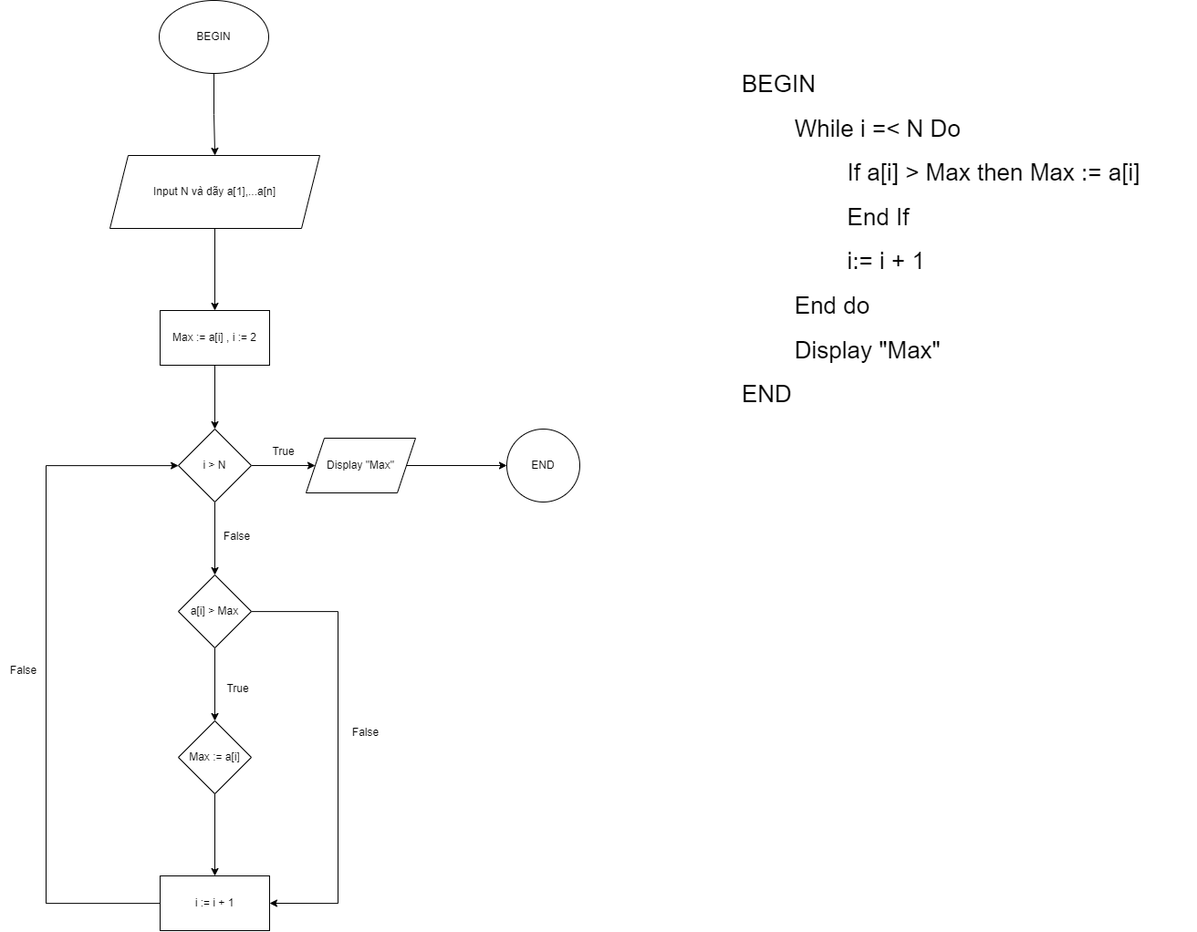
Above: ss3_ma_gia_luu_do/Bai Tap/tìm giá trị lớn nhất trong một dãy số.drawio.png in tinhdoo/C0325G1-HoVanTinh (draw.io), before the change. Source tidied: cells renumbered, new cells last; positions are measured from the earlier drawing's top-left corner, leaving out a move shared by most shapes.
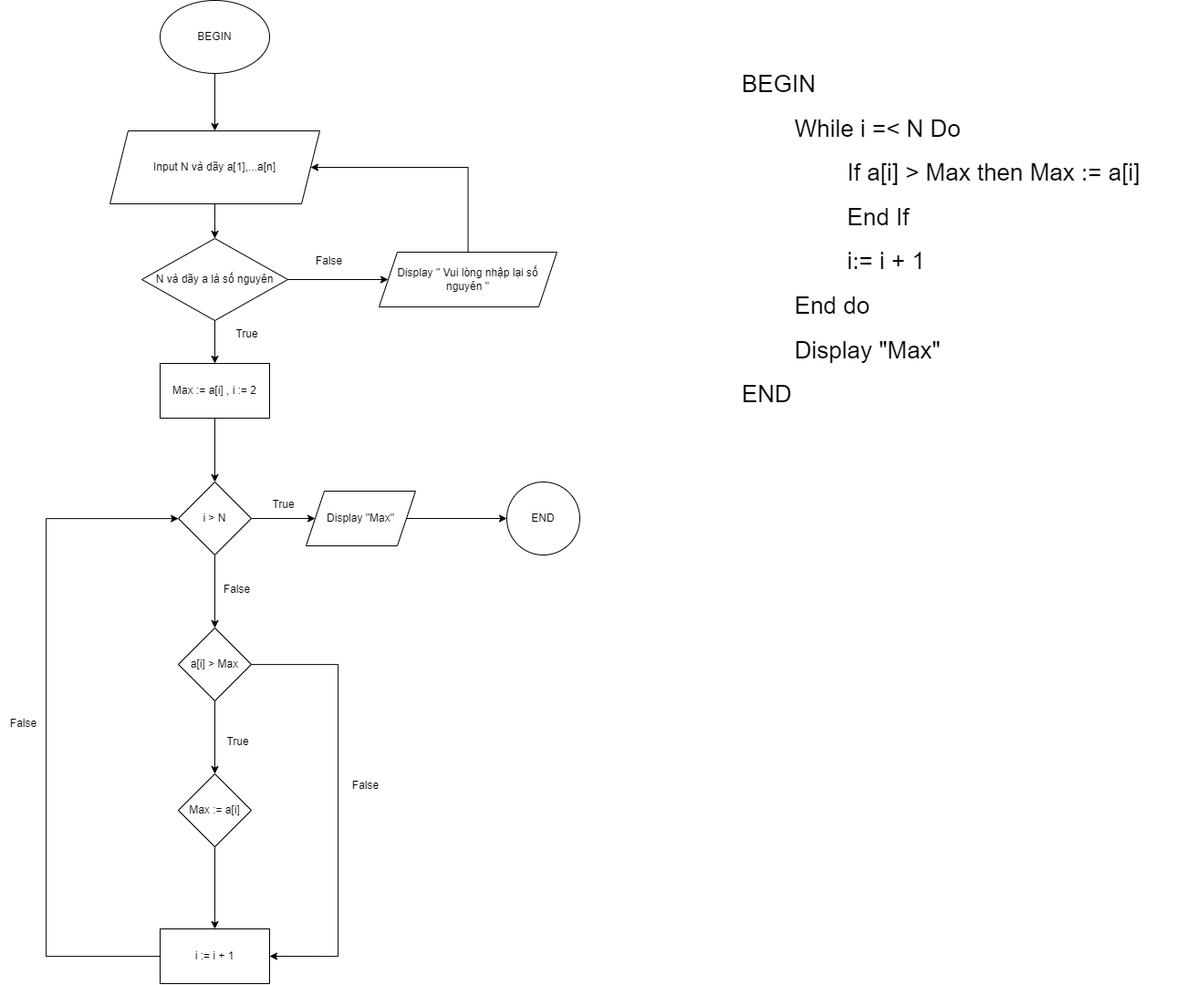
After the commit.

Change to the diagram source:
```diff
@@ -3,19 +3,19 @@
     <mxCell id="0" />
     <mxCell id="1" parent="0" />
     <mxCell id="2" value="&lt;h1 style=&quot;margin-top: 0px;&quot;&gt;&lt;span style=&quot;font-weight: normal;&quot;&gt;&lt;font&gt;BEGIN&lt;/font&gt;&lt;/span&gt;&lt;/h1&gt;&lt;h1 style=&quot;margin-top: 0px;&quot;&gt;&lt;span style=&quot;white-space: normal; font-weight: normal;&quot;&gt;&lt;font&gt;&lt;span style=&quot;white-space:pre&quot;&gt;&#9;&lt;/span&gt;While i =&amp;lt; N Do&lt;/font&gt;&lt;/span&gt;&lt;/h1&gt;&lt;h1 style=&quot;margin-top: 0px;&quot;&gt;&lt;span style=&quot;white-space: normal; font-weight: normal;&quot;&gt;&lt;font&gt;&lt;span style=&quot;white-space:pre&quot;&gt;&#9;&#9;&lt;/span&gt;If a[i] &amp;gt; Max then Max := a[i]&lt;/font&gt;&lt;/span&gt;&lt;/h1&gt;&lt;h1 style=&quot;margin-top: 0px;&quot;&gt;&lt;span style=&quot;white-space: normal; font-weight: normal;&quot;&gt;&lt;font&gt;&lt;span style=&quot;white-space:pre&quot;&gt;&#9;&#9;&lt;/span&gt;End If&lt;/font&gt;&lt;/span&gt;&lt;/h1&gt;&lt;h1 style=&quot;margin-top: 0px;&quot;&gt;&lt;span style=&quot;white-space: normal; font-weight: normal;&quot;&gt;&lt;font&gt;&lt;span style=&quot;white-space:pre&quot;&gt;&#9;&#9;&lt;/span&gt;i:= i + 1&lt;/font&gt;&lt;/span&gt;&lt;/h1&gt;&lt;h1 style=&quot;margin-top: 0px;&quot;&gt;&lt;span style=&quot;white-space: normal; font-weight: normal;&quot;&gt;&lt;font&gt;&lt;span style=&quot;white-space:pre&quot;&gt;&#9;&lt;/span&gt;End do&lt;/font&gt;&lt;/span&gt;&lt;/h1&gt;&lt;h1 style=&quot;margin-top: 0px;&quot;&gt;&lt;span style=&quot;white-space: normal; font-weight: normal;&quot;&gt;&lt;font&gt;&lt;span style=&quot;white-space:pre&quot;&gt;&#9;&lt;/span&gt;Display &quot;Max&quot;&amp;nbsp; &amp;nbsp;&amp;nbsp;&lt;/font&gt;&lt;/span&gt;&lt;/h1&gt;&lt;h1 style=&quot;margin-top: 0px;&quot;&gt;&lt;span style=&quot;font-weight: normal;&quot;&gt;&lt;font&gt;END&lt;/font&gt;&lt;/span&gt;&lt;/h1&gt;" style="text;html=1;whiteSpace=wrap;overflow=hidden;rounded=0;fontSize=13;" parent="1" vertex="1">
-      <mxGeometry x="811" y="70" width="500" height="410" as="geometry" />
+      <mxGeometry x="811" y="12" width="500" height="410" as="geometry" />
     </mxCell>
     <mxCell id="3" style="edgeStyle=orthogonalEdgeStyle;rounded=0;jettySize=auto;html=1;" parent="1" edge="1" source="4" target="6">
       <mxGeometry relative="1" as="geometry" />
     </mxCell>
     <mxCell id="4" value="BEGIN" style="ellipse;whiteSpace=wrap;html=1;" parent="1" vertex="1">
-      <mxGeometry x="174" width="120" height="80" as="geometry" />
+      <mxGeometry x="175" y="-58" width="120" height="80" as="geometry" />
     </mxCell>
-    <mxCell id="5" style="edgeStyle=orthogonalEdgeStyle;rounded=0;jettySize=auto;html=1;" parent="1" edge="1" source="6" target="8">
-      <mxGeometry relative="1" as="geometry" />
-    </mxCell>
+    <mxCell id="27" style="edgeStyle=orthogonalEdgeStyle;rounded=0;jettySize=auto;html=1;" parent="1" edge="1" source="6" target="30">
+      <mxGeometry relative="1" as="geometry" />
+    </mxCell>
     <mxCell id="6" value="Input N và dãy a[1],...a[n]" style="shape=parallelogram;perimeter=parallelogramPerimeter;whiteSpace=wrap;html=1;fixedSize=1;" parent="1" vertex="1">
-      <mxGeometry x="120" y="170" width="230" height="80" as="geometry" />
+      <mxGeometry x="120" y="85" width="230" height="80" as="geometry" />
     </mxCell>
     <mxCell id="7" style="edgeStyle=orthogonalEdgeStyle;rounded=0;jettySize=auto;html=1;" parent="1" edge="1" source="8" target="11">
       <mxGeometry relative="1" as="geometry" />
@@ -87,5 +87,30 @@
     <mxCell id="26" value="False" style="text;html=1;align=center;verticalAlign=middle;strokeColor=none;fillColor=none;" parent="1" vertex="1">
       <mxGeometry x="234" y="573" width="50" height="30" as="geometry" />
     </mxCell>
+    <mxCell id="28" style="edgeStyle=orthogonalEdgeStyle;rounded=0;jettySize=auto;html=1;" parent="1" edge="1" source="30" target="8">
+      <mxGeometry relative="1" as="geometry" />
+    </mxCell>
+    <mxCell id="29" style="edgeStyle=orthogonalEdgeStyle;rounded=0;jettySize=auto;html=1;" parent="1" edge="1" source="30" target="33">
+      <mxGeometry relative="1" as="geometry" />
+    </mxCell>
+    <mxCell id="30" value="N và dãy a là số nguyên" style="rhombus;whiteSpace=wrap;html=1;" parent="1" vertex="1">
+      <mxGeometry x="155" y="203" width="160" height="90" as="geometry" />
+    </mxCell>
+    <mxCell id="31" value="True" style="text;html=1;align=center;verticalAlign=middle;strokeColor=none;fillColor=none;" parent="1" vertex="1">
+      <mxGeometry x="245" y="293" width="50" height="30" as="geometry" />
+    </mxCell>
+    <mxCell id="32" style="edgeStyle=orthogonalEdgeStyle;rounded=0;jettySize=auto;html=1;" parent="1" edge="1" source="33" target="6">
+      <mxGeometry relative="1" as="geometry">
+        <Array as="points">
+          <mxPoint x="513" y="125" />
+        </Array>
+      </mxGeometry>
+    </mxCell>
+    <mxCell id="33" value="Display &quot; Vui lòng nhập lại số nguyên &quot;" style="shape=parallelogram;perimeter=parallelogramPerimeter;whiteSpace=wrap;html=1;fixedSize=1;" parent="1" vertex="1">
+      <mxGeometry x="415" y="218" width="195" height="60" as="geometry" />
+    </mxCell>
+    <mxCell id="34" value="False" style="text;html=1;align=center;verticalAlign=middle;strokeColor=none;fillColor=none;" parent="1" vertex="1">
+      <mxGeometry x="335" y="213" width="50" height="30" as="geometry" />
+    </mxCell>
   </root>
 </mxGraphModel>
```
